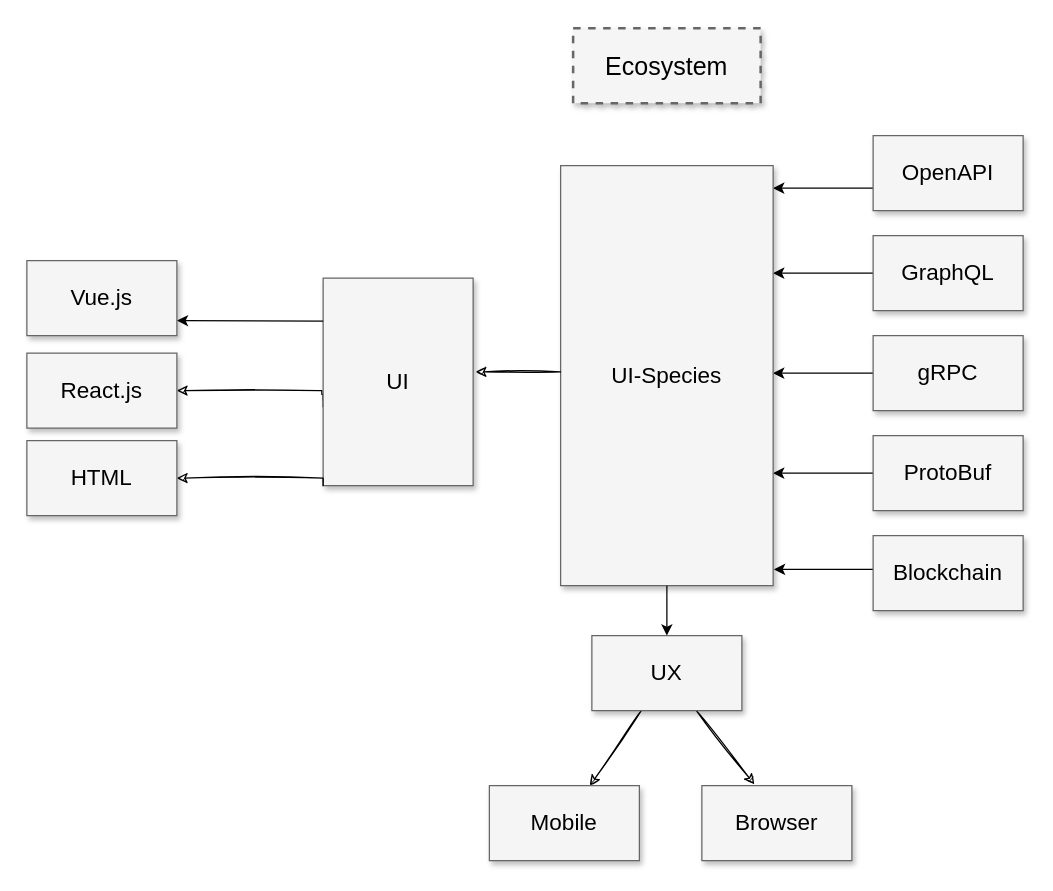
Before: diagrams/principal.drawio in ui-species/ui-species.org, a draw.io diagram. Source tidied: cells renumbered, new cells numbered last; positions are measured from the earlier drawing's top-left corner, leaving out a move shared by most shapes. Both pictures are drawn from the tidied source at 125%, with x=0, y=0 at pixel (26, 28).
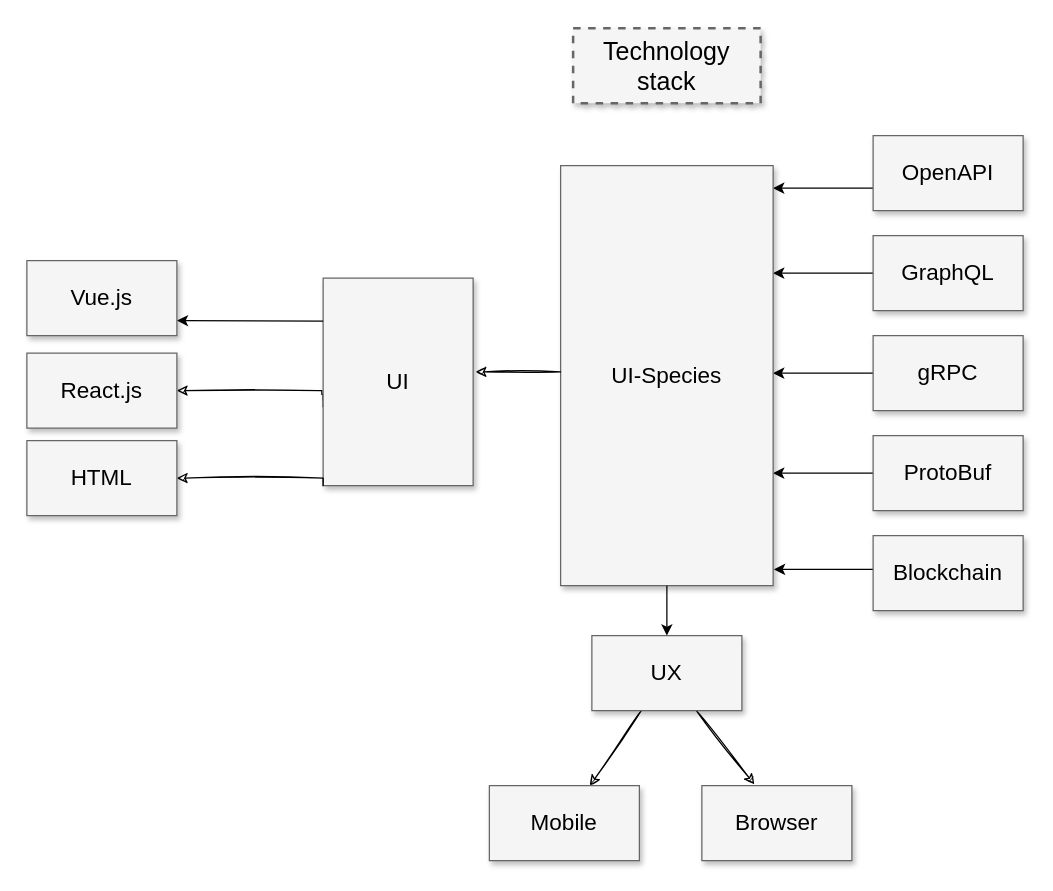
After the change.

Change to the diagram source:
```diff
@@
-    <mxCell id="2" value="Ecosystem" style="whiteSpace=wrap;html=1;shadow=1;fontSize=20;fillColor=#f5f5f5;strokeColor=#666666;strokeWidth=2;dashed=1;" parent="1" vertex="1">
+    <mxCell id="2" value="Technology stack" style="whiteSpace=wrap;html=1;shadow=1;fontSize=20;fillColor=#f5f5f5;strokeColor=#666666;strokeWidth=2;dashed=1;" parent="1" vertex="1">
       <mxGeometry x="437" width="150" height="60" as="geometry" />
     </mxCell>
```
